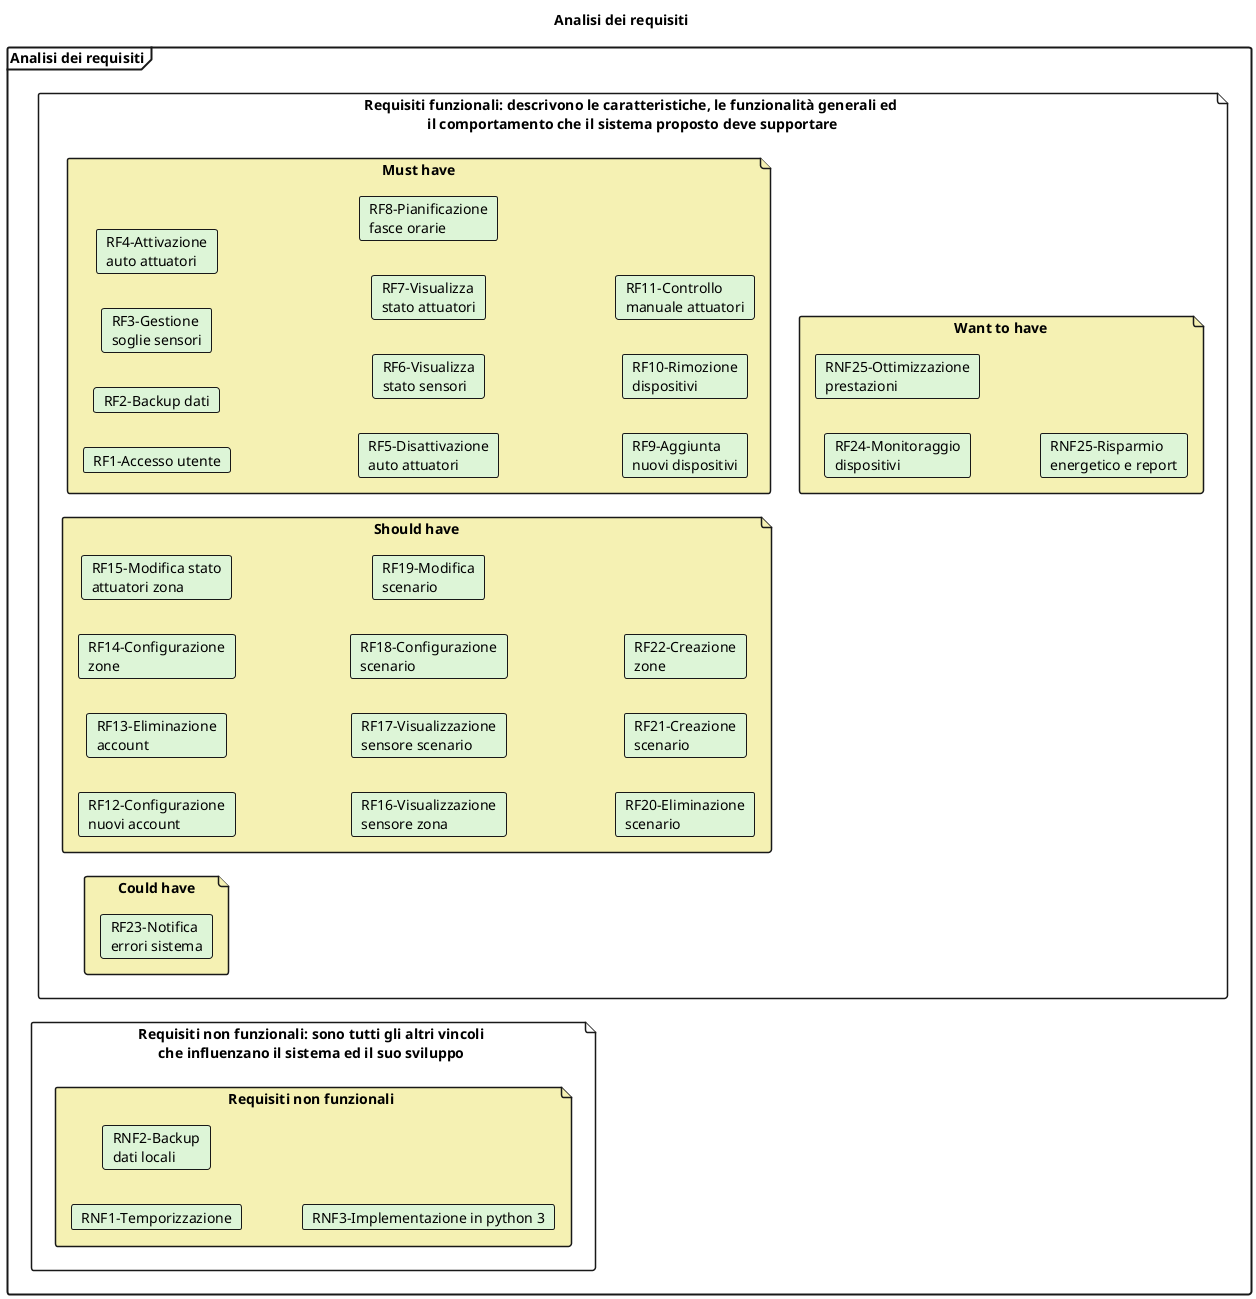
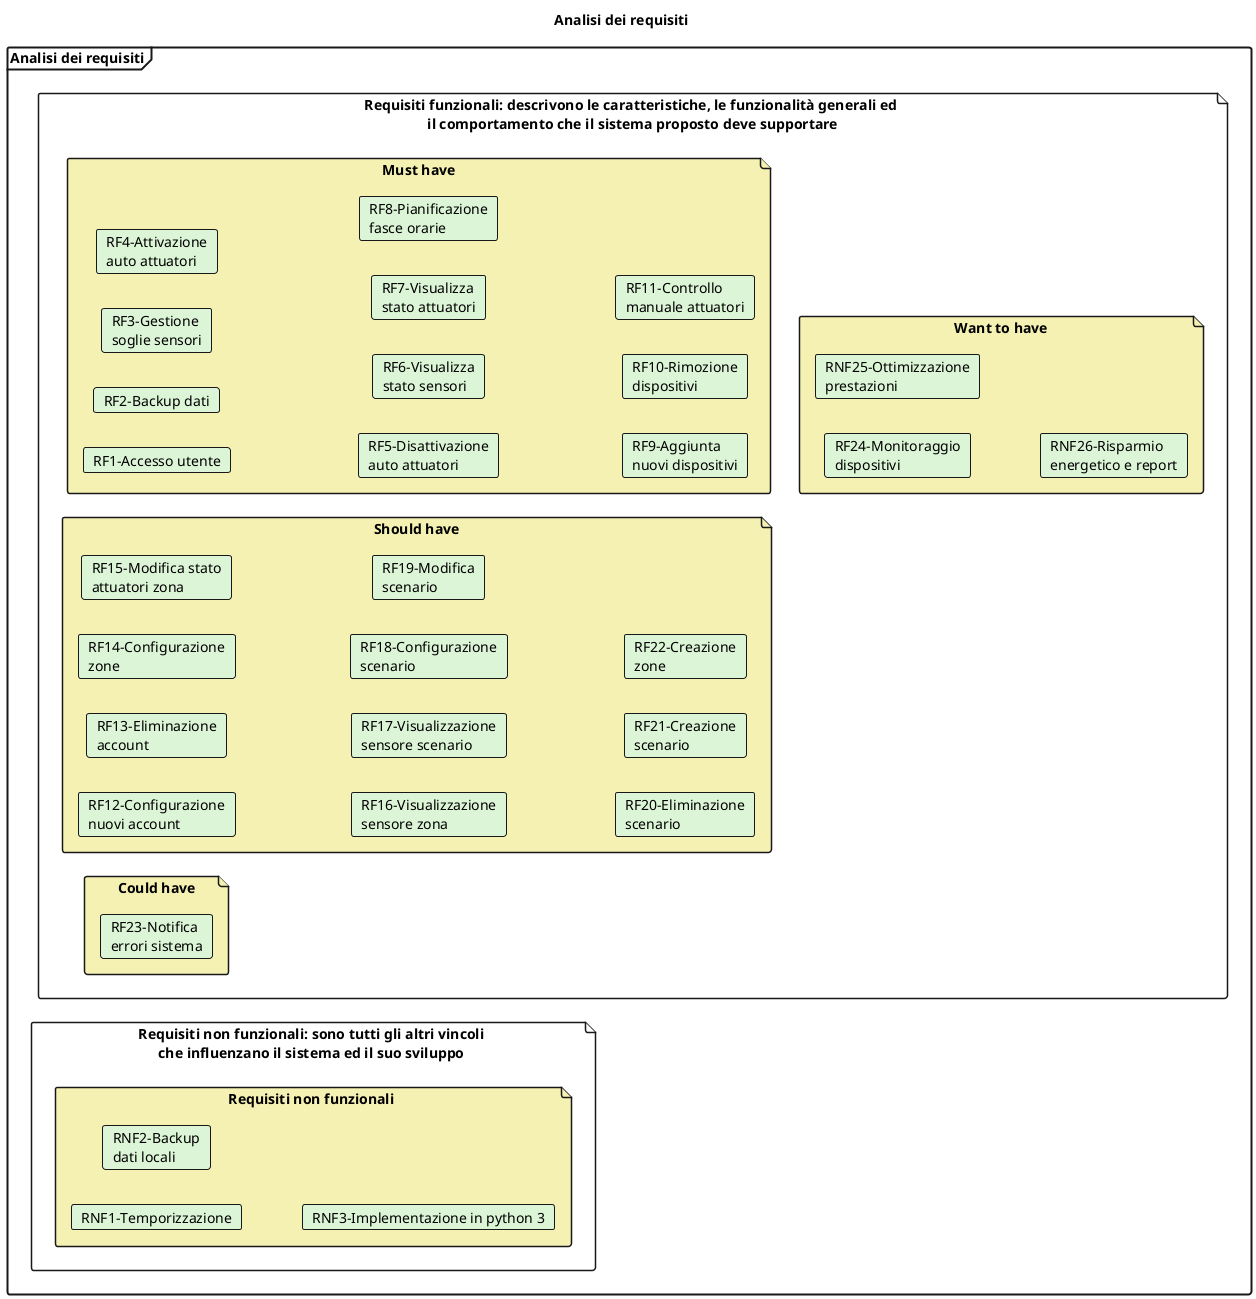
@startuml analisireq
title "Analisi dei requisiti"
left to right direction
<style>
frame {
    LineThickness 2
}
file {
    LineThickness 1.5
}
card{
    LineThickness 1
}
</style>

frame "Analisi dei requisiti" {
    file "Requisiti funzionali: descrivono le caratteristiche, le funzionalità generali ed \nil comportamento che il sistema proposto deve supportare" #FFFFFF {
        file "Must have" #F5F1B3 {
                card "RF1-Accesso utente" #DDF5D7
                card "RF2-Backup dati" #DDF5D7
                card "RF3-Gestione\nsoglie sensori" #DDF5D7
                card "RF4-Attivazione\nauto attuatori" #DDF5D7
                card "RF5-Disattivazione\nauto attuatori" #DDF5D7
                card "RF6-Visualizza\nstato sensori" #DDF5D7
                card "RF7-Visualizza\nstato attuatori" #DDF5D7
                card "RF8-Pianificazione\nfasce orarie" #DDF5D7
                card "RF9-Aggiunta\nnuovi dispositivi" #DDF5D7
                card "RF10-Rimozione\ndispositivi" #DDF5D7
                card "RF11-Controllo\nmanuale attuatori" #DDF5D7
        }
        file "Should have" #F5F1B3 {
                card "RF12-Configurazione\nnuovi account" #DDF5D7
                card "RF13-Eliminazione\naccount" #DDF5D7
                card "RF14-Configurazione\nzone" #DDF5D7
                card "RF15-Modifica stato\nattuatori zona" #DDF5D7
                card "RF16-Visualizzazione\nsensore zona" #DDF5D7
                card "RF17-Visualizzazione\nsensore scenario"#DDF5D7
                card "RF18-Configurazione\nscenario" #DDF5D7
                card "RF19-Modifica\nscenario" #DDF5D7
                card "RF20-Eliminazione\nscenario" #DDF5D7
                card "RF21-Creazione\nscenario" #DDF5D7
                card "RF22-Creazione\nzone" #DDF5D7
        }
        file "Could have" #F5F1B3 {
                card "RF23-Notifica\nerrori sistema" #DDF5D7
        }
        file "Want to have" #F5F1B3 {
                card "RF24-Monitoraggio\ndispositivi" #DDF5D7
                card "RNF25-Ottimizzazione\nprestazioni" #DDF5D7
-                 card "RNF25-Risparmio\nenergetico e report" #DDF5D7
+                 card "RNF26-Risparmio\nenergetico e report" #DDF5D7
        }
    }
    file "Requisiti non funzionali: sono tutti gli altri vincoli \nche influenzano il sistema ed il suo sviluppo " #FFFFFF {
        file "Requisiti non funzionali " #F5F1B3 {
            card "RNF1-Temporizzazione" #DDF5D7
            card "RNF2-Backup\ndati locali" #DDF5D7
            card "RNF3-Implementazione in python 3" #DDF5D7

        }
    }
}
@enduml